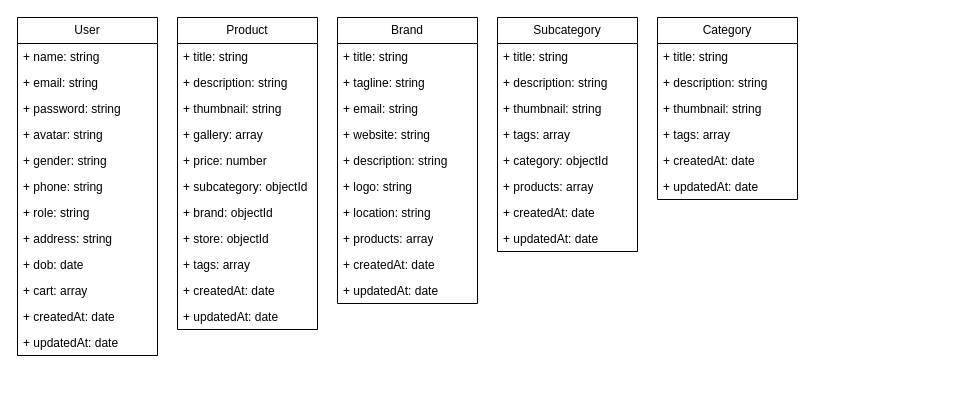
This is page "ER Diagram" (1 of 2) of assets/SDLC.drawio from tiffan-source/ciseco-ecommerce-clone, a draw.io file, before an edit. Source tidied: cells renumbered, new cells numbered last; positions are measured from the earlier drawing's top-left corner, leaving out a move shared by most shapes. Both pictures are drawn from the tidied source at 100%, with x=0, y=0 at pixel (17, 17).
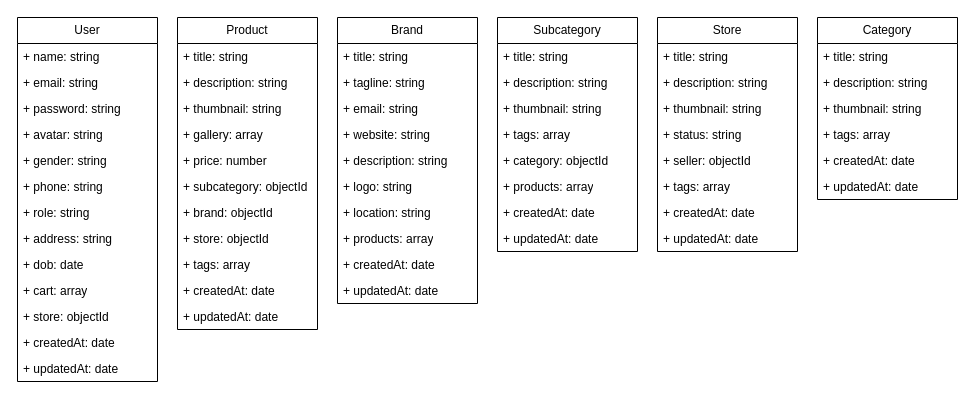
Above is the later version.

Commit message (it also covers changes not shown here):
store slot integrated

The edit, as a diff of the source:
```diff
@@
     <mxCell id="2" value="User" style="swimlane;fontStyle=0;horizontal=1;startSize=26;fillColor=none;whiteSpace=wrap;html=1;rounded=0;" parent="1" vertex="1">
-      <mxGeometry width="140" height="338" as="geometry" />
+      <mxGeometry width="140" height="364" as="geometry" />
     </mxCell>
@@
+    <mxCell id="54" value="+ store: objectId" style="text;strokeColor=none;fillColor=none;align=left;verticalAlign=top;spacingLeft=4;spacingRight=4;overflow=hidden;whiteSpace=wrap;html=1;rounded=0;" parent="2" vertex="1">
+      <mxGeometry y="286" width="140" height="26" as="geometry" />
+    </mxCell>
     <mxCell id="13" value="+ createdAt: date" style="text;strokeColor=none;fillColor=none;align=left;verticalAlign=top;spacingLeft=4;spacingRight=4;overflow=hidden;whiteSpace=wrap;html=1;rounded=0;" parent="2" vertex="1">
-      <mxGeometry y="286" width="140" height="26" as="geometry" />
+      <mxGeometry y="312" width="140" height="26" as="geometry" />
     </mxCell>
     <mxCell id="14" value="+ updatedAt: date" style="text;strokeColor=none;fillColor=none;align=left;verticalAlign=top;spacingLeft=4;spacingRight=4;overflow=hidden;whiteSpace=wrap;html=1;rounded=0;" parent="2" vertex="1">
-      <mxGeometry y="312" width="140" height="26" as="geometry" />
+      <mxGeometry y="338" width="140" height="26" as="geometry" />
     </mxCell>
     <mxCell id="15" value="Category" style="swimlane;fontStyle=0;horizontal=1;startSize=26;fillColor=none;whiteSpace=wrap;html=1;rounded=0;" parent="1" vertex="1">
-      <mxGeometry x="640" width="140" height="182" as="geometry" />
+      <mxGeometry x="800" width="140" height="182" as="geometry" />
     </mxCell>
@@
+    <mxCell id="55" value="Store" style="swimlane;fontStyle=0;horizontal=1;startSize=26;fillColor=none;whiteSpace=wrap;html=1;rounded=0;" parent="1" vertex="1">
+      <mxGeometry x="640" width="140" height="234" as="geometry" />
+    </mxCell>
+    <mxCell id="56" value="+ title: string" style="text;strokeColor=none;fillColor=none;align=left;verticalAlign=top;spacingLeft=4;spacingRight=4;overflow=hidden;whiteSpace=wrap;html=1;rounded=0;" parent="55" vertex="1">
+      <mxGeometry y="26" width="140" height="26" as="geometry" />
+    </mxCell>
+    <mxCell id="57" value="+ description: string" style="text;strokeColor=none;fillColor=none;align=left;verticalAlign=top;spacingLeft=4;spacingRight=4;overflow=hidden;whiteSpace=wrap;html=1;rounded=0;" parent="55" vertex="1">
+      <mxGeometry y="52" width="140" height="26" as="geometry" />
+    </mxCell>
+    <mxCell id="58" value="+ thumbnail: string" style="text;strokeColor=none;fillColor=none;align=left;verticalAlign=top;spacingLeft=4;spacingRight=4;overflow=hidden;whiteSpace=wrap;html=1;rounded=0;" parent="55" vertex="1">
+      <mxGeometry y="78" width="140" height="26" as="geometry" />
+    </mxCell>
+    <mxCell id="59" value="+ status: string" style="text;strokeColor=none;fillColor=none;align=left;verticalAlign=top;spacingLeft=4;spacingRight=4;overflow=hidden;whiteSpace=wrap;html=1;rounded=0;" parent="55" vertex="1">
+      <mxGeometry y="104" width="140" height="26" as="geometry" />
+    </mxCell>
+    <mxCell id="60" value="+ seller: objectId" style="text;strokeColor=none;fillColor=none;align=left;verticalAlign=top;spacingLeft=4;spacingRight=4;overflow=hidden;whiteSpace=wrap;html=1;rounded=0;" parent="55" vertex="1">
+      <mxGeometry y="130" width="140" height="26" as="geometry" />
+    </mxCell>
+    <mxCell id="61" value="+ tags: array" style="text;strokeColor=none;fillColor=none;align=left;verticalAlign=top;spacingLeft=4;spacingRight=4;overflow=hidden;whiteSpace=wrap;html=1;rounded=0;" parent="55" vertex="1">
+      <mxGeometry y="156" width="140" height="26" as="geometry" />
+    </mxCell>
+    <mxCell id="62" value="+ createdAt: date" style="text;strokeColor=none;fillColor=none;align=left;verticalAlign=top;spacingLeft=4;spacingRight=4;overflow=hidden;whiteSpace=wrap;html=1;rounded=0;" parent="55" vertex="1">
+      <mxGeometry y="182" width="140" height="26" as="geometry" />
+    </mxCell>
+    <mxCell id="63" value="+ updatedAt: date" style="text;strokeColor=none;fillColor=none;align=left;verticalAlign=top;spacingLeft=4;spacingRight=4;overflow=hidden;whiteSpace=wrap;html=1;rounded=0;" parent="55" vertex="1">
+      <mxGeometry y="208" width="140" height="26" as="geometry" />
+    </mxCell>
```
